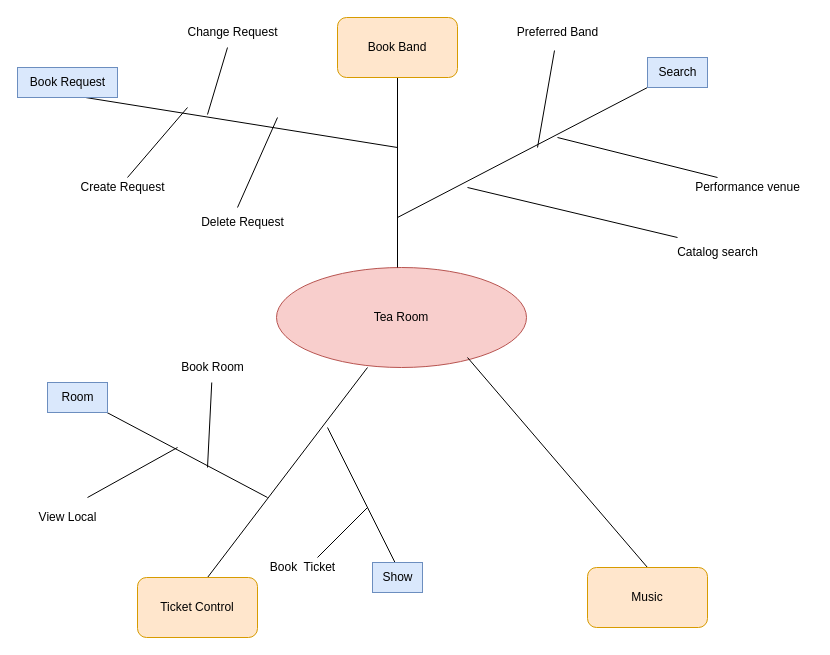
Before: Biểu đồ không có tiêu đề.drawio in TranDat202/TranDat202, a draw.io diagram. Source tidied: cells renumbered, new cells numbered last; positions are measured from the earlier drawing's top-left corner, leaving out a move shared by most shapes. Both pictures are drawn from the tidied source at 100%, with x=0, y=0 at pixel (17, 17).
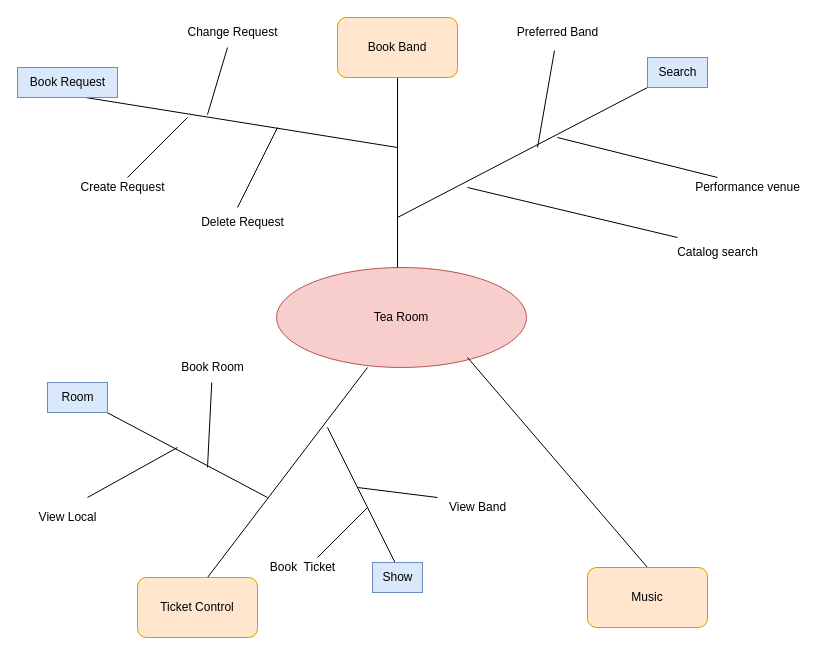
The same diagram, later.

Commit message:
Cập nhật Biểu đồ không có tiêu đề.drawio

The edit, as a diff of the source:
```diff
@@
     <mxCell id="21" style="endArrow=none;html=1;rounded=0;" parent="1" edge="1">
       <mxGeometry relative="1" as="geometry">
-        <mxPoint x="170" y="90" as="sourcePoint" />
+        <mxPoint x="170" y="100" as="sourcePoint" />
         <mxPoint x="110" y="160" as="targetPoint" />
       </mxGeometry>
     </mxCell>
@@
     <mxCell id="23" style="endArrow=none;html=1;rounded=0;" parent="1" edge="1">
       <mxGeometry relative="1" as="geometry">
-        <mxPoint x="260" y="100" as="sourcePoint" />
+        <mxPoint x="260" y="110" as="sourcePoint" />
         <mxPoint x="220" y="190" as="targetPoint" />
       </mxGeometry>
     </mxCell>
@@
+    <mxCell id="35" style="endArrow=none;html=1;rounded=0;" parent="1" edge="1">
+      <mxGeometry relative="1" as="geometry">
+        <mxPoint x="340" y="470" as="sourcePoint" />
+        <mxPoint x="420" y="480" as="targetPoint" />
+      </mxGeometry>
+    </mxCell>
+    <mxCell id="36" value="View Band" style="text;html=1;align=center;verticalAlign=middle;strokeColor=none;fillColor=none;" parent="1" vertex="1">
+      <mxGeometry x="420" y="475" width="80" height="30" as="geometry" />
+    </mxCell>
```
